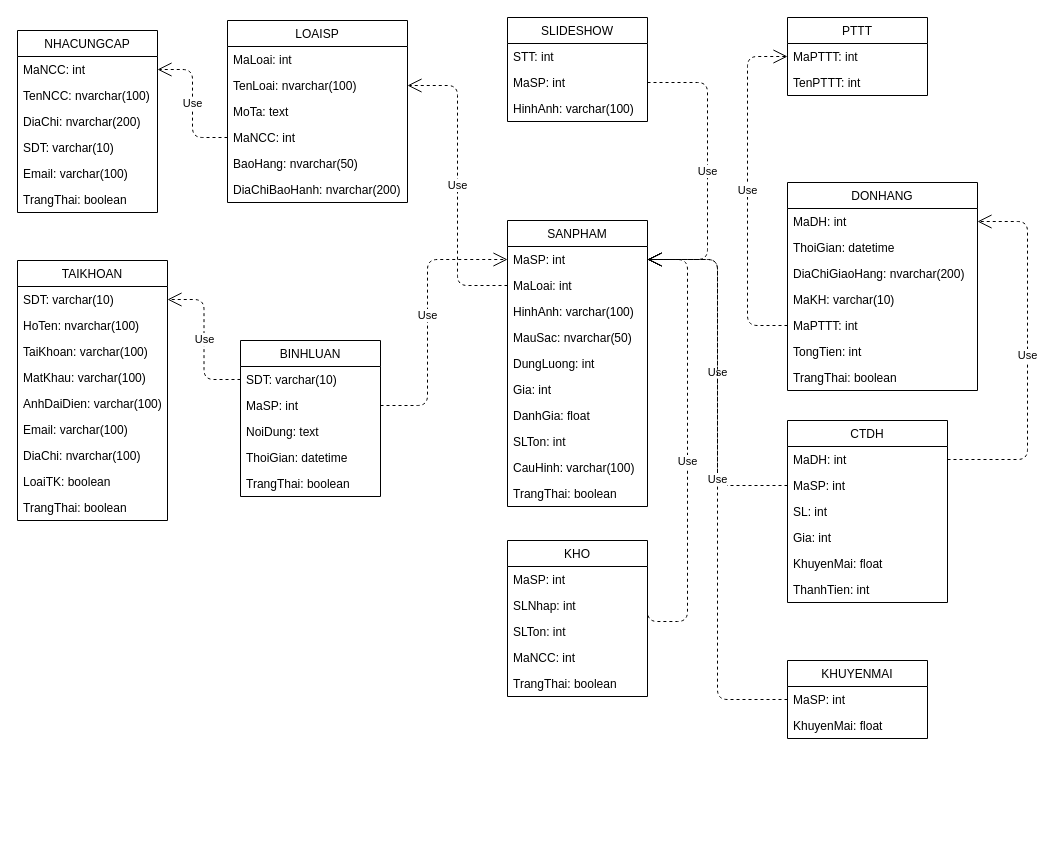
Before: Mô hình/ClassDiagram.drawio in LammVuu/DATT, a draw.io diagram. Source tidied: cells renumbered, new cells numbered last; positions are measured from the earlier drawing's top-left corner, leaving out a move shared by most shapes. Both pictures are drawn from the tidied source at 100%, with x=0, y=0 at pixel (17, 17).
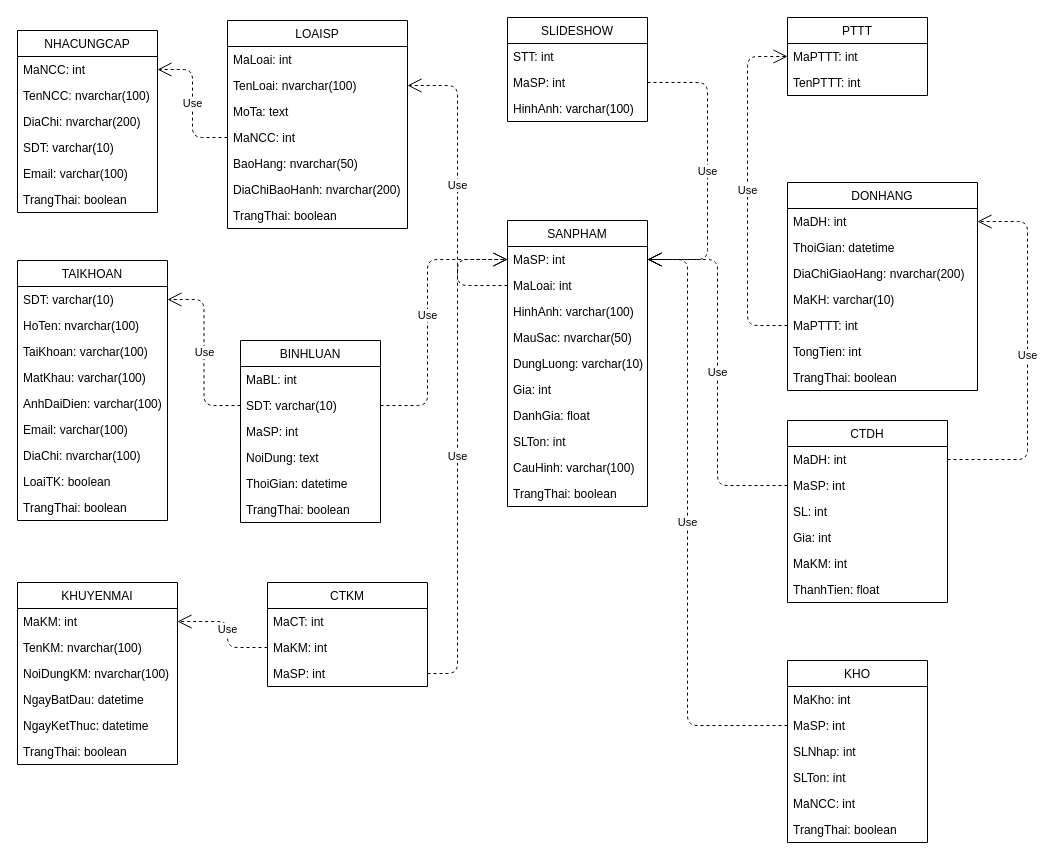
The same diagram, later.

Commit message (it also covers changes not shown here):
update Database, ClassDiagram

Unchanged cells that the change refers to:
```xml
<mxCell id="16" value="SANPHAM" style="swimlane;fontStyle=0;horizontal=1;startSize=26;fillColor=none;" parent="1" vertex="1">
  <mxGeometry x="490" y="203" width="140" height="286" as="geometry" />
</mxCell>
<mxCell id="17" value="MaSP: int" style="text;strokeColor=none;fillColor=none;align=left;verticalAlign=top;spacingLeft=4;spacingRight=4;overflow=hidden;points=[[0,0.5],[1,0.5]];portConstraint=eastwest;" parent="16" vertex="1">
  <mxGeometry y="26" width="140" height="26" as="geometry" />
</mxCell>
<mxCell id="41" value="CTDH" style="swimlane;fontStyle=0;horizontal=1;startSize=26;fillColor=none;" parent="1" vertex="1">
  <mxGeometry x="770" y="403" width="160" height="182" as="geometry" />
</mxCell>
```

The edit, as a diff of the source:
```diff
@@
     <mxCell id="9" value="LOAISP" style="swimlane;fontStyle=0;horizontal=1;startSize=26;fillColor=none;" parent="1" vertex="1">
-      <mxGeometry x="210" y="3" width="180" height="182" as="geometry" />
+      <mxGeometry x="210" y="3" width="180" height="208" as="geometry" />
     </mxCell>
@@
+    <mxCell id="84" value="TrangThai: boolean" style="text;strokeColor=none;fillColor=none;align=left;verticalAlign=top;spacingLeft=4;spacingRight=4;overflow=hidden;" parent="9" vertex="1">
+      <mxGeometry y="182" width="180" height="26" as="geometry" />
+    </mxCell>
@@
-    <mxCell id="21" value="DungLuong: int" style="text;strokeColor=none;fillColor=none;align=left;verticalAlign=top;spacingLeft=4;spacingRight=4;overflow=hidden;" parent="16" vertex="1">
+    <mxCell id="21" value="DungLuong: varchar(10)" style="text;strokeColor=none;fillColor=none;align=left;verticalAlign=top;spacingLeft=4;spacingRight=4;overflow=hidden;" parent="16" vertex="1">
       <mxGeometry y="130" width="140" height="26" as="geometry" />
     </mxCell>
@@
     <mxCell id="27" value="KHUYENMAI" style="swimlane;fontStyle=0;horizontal=1;startSize=26;fillColor=none;" parent="1" vertex="1">
-      <mxGeometry x="770" y="643" width="140" height="78" as="geometry" />
+      <mxGeometry y="565" width="160" height="182" as="geometry" />
     </mxCell>
+    <mxCell id="85" value="MaKM: int" style="text;strokeColor=none;fillColor=none;align=left;verticalAlign=top;spacingLeft=4;spacingRight=4;overflow=hidden;points=[[0,0.5],[1,0.5]];portConstraint=eastwest;" parent="27" vertex="1">
+      <mxGeometry y="26" width="160" height="26" as="geometry" />
+    </mxCell>
-    <mxCell id="28" value="MaSP: int" style="text;strokeColor=none;fillColor=none;align=left;verticalAlign=top;spacingLeft=4;spacingRight=4;overflow=hidden;points=[[0,0.5],[1,0.5]];portConstraint=eastwest;" parent="27" vertex="1">
-      <mxGeometry y="26" width="140" height="26" as="geometry" />
+    <mxCell id="28" value="TenKM: nvarchar(100)" style="text;strokeColor=none;fillColor=none;align=left;verticalAlign=top;spacingLeft=4;spacingRight=4;overflow=hidden;points=[[0,0.5],[1,0.5]];portConstraint=eastwest;" parent="27" vertex="1">
+      <mxGeometry y="52" width="160" height="26" as="geometry" />
     </mxCell>
-    <mxCell id="29" value="KhuyenMai: float" style="text;strokeColor=none;fillColor=none;align=left;verticalAlign=top;spacingLeft=4;spacingRight=4;overflow=hidden;" parent="27" vertex="1">
-      <mxGeometry y="52" width="140" height="26" as="geometry" />
+    <mxCell id="29" value="NoiDungKM: nvarchar(100)" style="text;strokeColor=none;fillColor=none;align=left;verticalAlign=top;spacingLeft=4;spacingRight=4;overflow=hidden;" parent="27" vertex="1">
+      <mxGeometry y="78" width="160" height="26" as="geometry" />
     </mxCell>
+    <mxCell id="86" value="NgayBatDau: datetime" style="text;strokeColor=none;fillColor=none;align=left;verticalAlign=top;spacingLeft=4;spacingRight=4;overflow=hidden;" parent="27" vertex="1">
+      <mxGeometry y="104" width="160" height="26" as="geometry" />
+    </mxCell>
+    <mxCell id="87" value="NgayKetThuc: datetime" style="text;strokeColor=none;fillColor=none;align=left;verticalAlign=top;spacingLeft=4;spacingRight=4;overflow=hidden;" parent="27" vertex="1">
+      <mxGeometry y="130" width="160" height="26" as="geometry" />
+    </mxCell>
+    <mxCell id="88" value="TrangThai: boolean" style="text;strokeColor=none;fillColor=none;align=left;verticalAlign=top;spacingLeft=4;spacingRight=4;overflow=hidden;" parent="27" vertex="1">
+      <mxGeometry y="156" width="160" height="26" as="geometry" />
+    </mxCell>
@@
-    <mxCell id="46" value="KhuyenMai: float" style="text;strokeColor=none;fillColor=none;align=left;verticalAlign=top;spacingLeft=4;spacingRight=4;overflow=hidden;" parent="41" vertex="1">
+    <mxCell id="46" value="MaKM: int" style="text;strokeColor=none;fillColor=none;align=left;verticalAlign=top;spacingLeft=4;spacingRight=4;overflow=hidden;" parent="41" vertex="1">
       <mxGeometry y="130" width="160" height="26" as="geometry" />
     </mxCell>
-    <mxCell id="47" value="ThanhTien: int" style="text;strokeColor=none;fillColor=none;align=left;verticalAlign=top;spacingLeft=4;spacingRight=4;overflow=hidden;" parent="41" vertex="1">
+    <mxCell id="47" value="ThanhTien: float" style="text;strokeColor=none;fillColor=none;align=left;verticalAlign=top;spacingLeft=4;spacingRight=4;overflow=hidden;" parent="41" vertex="1">
       <mxGeometry y="156" width="160" height="26" as="geometry" />
     </mxCell>
@@
     <mxCell id="58" value="BINHLUAN" style="swimlane;fontStyle=0;horizontal=1;startSize=26;fillColor=none;" parent="1" vertex="1">
-      <mxGeometry x="223" y="323" width="140" height="156" as="geometry" />
+      <mxGeometry x="223" y="323" width="140" height="182" as="geometry" />
     </mxCell>
+    <mxCell id="89" value="MaBL: int" style="text;strokeColor=none;fillColor=none;align=left;verticalAlign=top;spacingLeft=4;spacingRight=4;overflow=hidden;" parent="58" vertex="1">
+      <mxGeometry y="26" width="140" height="26" as="geometry" />
+    </mxCell>
     <mxCell id="59" value="SDT: varchar(10)" style="text;strokeColor=none;fillColor=none;align=left;verticalAlign=top;spacingLeft=4;spacingRight=4;overflow=hidden;points=[[0,0.5],[1,0.5]];portConstraint=eastwest;" parent="58" vertex="1">
-      <mxGeometry y="26" width="140" height="26" as="geometry" />
+      <mxGeometry y="52" width="140" height="26" as="geometry" />
     </mxCell>
     <mxCell id="60" value="MaSP: int" style="text;strokeColor=none;fillColor=none;align=left;verticalAlign=top;spacingLeft=4;spacingRight=4;overflow=hidden;points=[[0,0.5],[1,0.5]];portConstraint=eastwest;" parent="58" vertex="1">
-      <mxGeometry y="52" width="140" height="26" as="geometry" />
+      <mxGeometry y="78" width="140" height="26" as="geometry" />
     </mxCell>
     <mxCell id="61" value="NoiDung: text" style="text;strokeColor=none;fillColor=none;align=left;verticalAlign=top;spacingLeft=4;spacingRight=4;overflow=hidden;" parent="58" vertex="1">
-      <mxGeometry y="78" width="140" height="26" as="geometry" />
+      <mxGeometry y="104" width="140" height="26" as="geometry" />
     </mxCell>
     <mxCell id="62" value="ThoiGian: datetime" style="text;strokeColor=none;fillColor=none;align=left;verticalAlign=top;spacingLeft=4;spacingRight=4;overflow=hidden;" parent="58" vertex="1">
-      <mxGeometry y="104" width="140" height="26" as="geometry" />
+      <mxGeometry y="130" width="140" height="26" as="geometry" />
     </mxCell>
     <mxCell id="63" value="TrangThai: boolean" style="text;strokeColor=none;fillColor=none;align=left;verticalAlign=top;spacingLeft=4;spacingRight=4;overflow=hidden;" parent="58" vertex="1">
-      <mxGeometry y="130" width="140" height="26" as="geometry" />
+      <mxGeometry y="156" width="140" height="26" as="geometry" />
     </mxCell>
     <mxCell id="64" value="KHO" style="swimlane;fontStyle=0;horizontal=1;startSize=26;fillColor=none;" parent="1" vertex="1">
-      <mxGeometry x="490" y="523" width="140" height="156" as="geometry" />
+      <mxGeometry x="770" y="643" width="140" height="182" as="geometry" />
     </mxCell>
+    <mxCell id="90" value="MaKho: int" style="text;strokeColor=none;fillColor=none;align=left;verticalAlign=top;spacingLeft=4;spacingRight=4;overflow=hidden;" parent="64" vertex="1">
+      <mxGeometry y="26" width="140" height="26" as="geometry" />
+    </mxCell>
     <mxCell id="65" value="MaSP: int" style="text;strokeColor=none;fillColor=none;align=left;verticalAlign=top;spacingLeft=4;spacingRight=4;overflow=hidden;points=[[0,0.5],[1,0.5]];portConstraint=eastwest;" parent="64" vertex="1">
-      <mxGeometry y="26" width="140" height="26" as="geometry" />
+      <mxGeometry y="52" width="140" height="26" as="geometry" />
     </mxCell>
     <mxCell id="66" value="SLNhap: int" style="text;strokeColor=none;fillColor=none;align=left;verticalAlign=top;spacingLeft=4;spacingRight=4;overflow=hidden;" parent="64" vertex="1">
-      <mxGeometry y="52" width="140" height="26" as="geometry" />
+      <mxGeometry y="78" width="140" height="26" as="geometry" />
     </mxCell>
     <mxCell id="67" value="SLTon: int" style="text;strokeColor=none;fillColor=none;align=left;verticalAlign=top;spacingLeft=4;spacingRight=4;overflow=hidden;" parent="64" vertex="1">
-      <mxGeometry y="78" width="140" height="26" as="geometry" />
+      <mxGeometry y="104" width="140" height="26" as="geometry" />
     </mxCell>
     <mxCell id="68" value="MaNCC: int" style="text;strokeColor=none;fillColor=none;align=left;verticalAlign=top;spacingLeft=4;spacingRight=4;overflow=hidden;" parent="64" vertex="1">
-      <mxGeometry y="104" width="140" height="26" as="geometry" />
+      <mxGeometry y="130" width="140" height="26" as="geometry" />
     </mxCell>
     <mxCell id="69" value="TrangThai: boolean" style="text;strokeColor=none;fillColor=none;align=left;verticalAlign=top;spacingLeft=4;spacingRight=4;overflow=hidden;" parent="64" vertex="1">
-      <mxGeometry y="130" width="140" height="26" as="geometry" />
+      <mxGeometry y="156" width="140" height="26" as="geometry" />
     </mxCell>
@@
-    <mxCell id="80" value="Use" style="endArrow=open;endSize=12;dashed=1;html=1;entryX=1;entryY=0.5;entryDx=0;entryDy=0;exitX=1;exitY=0.5;exitDx=0;exitDy=0;edgeStyle=orthogonalEdgeStyle;" parent="1" edge="1" source="65" target="17">
+    <mxCell id="80" value="Use" style="endArrow=open;endSize=12;dashed=1;html=1;entryX=1;entryY=0.5;entryDx=0;entryDy=0;exitX=0;exitY=0.5;exitDx=0;exitDy=0;edgeStyle=orthogonalEdgeStyle;" parent="1" edge="1" source="65" target="17">
       <mxGeometry relative="1" as="geometry">
         <Array as="points">
-          <mxPoint x="670" y="604" />
+          <mxPoint x="670" y="708" />
           <mxPoint x="670" y="242" />
         </Array>
       </mxGeometry>
     </mxCell>
-    <mxCell id="81" value="Use" style="endArrow=open;endSize=12;dashed=1;html=1;entryX=1;entryY=0.5;entryDx=0;entryDy=0;exitX=0;exitY=0.5;exitDx=0;exitDy=0;edgeStyle=orthogonalEdgeStyle;" parent="1" edge="1" source="28" target="17">
-      <mxGeometry relative="1" as="geometry" />
-    </mxCell>
@@
-    <mxCell id="83" value="Use" style="endArrow=open;endSize=12;dashed=1;html=1;entryX=0;entryY=0.5;entryDx=0;entryDy=0;exitX=1;exitY=0.5;exitDx=0;exitDy=0;edgeStyle=orthogonalEdgeStyle;" parent="1" edge="1" source="60" target="17">
+    <mxCell id="83" value="Use" style="endArrow=open;endSize=12;dashed=1;html=1;entryX=0;entryY=0.5;entryDx=0;entryDy=0;exitX=1;exitY=0.5;exitDx=0;exitDy=0;edgeStyle=orthogonalEdgeStyle;" parent="1" edge="1" source="59" target="17">
       <mxGeometry relative="1" as="geometry">
         <Array as="points">
           <mxPoint x="410" y="388" />
           <mxPoint x="410" y="242" />
         </Array>
       </mxGeometry>
     </mxCell>
+    <mxCell id="91" value="CTKM" style="swimlane;fontStyle=0;horizontal=1;startSize=26;fillColor=none;" parent="1" vertex="1">
+      <mxGeometry x="250" y="565" width="160" height="104" as="geometry" />
+    </mxCell>
+    <mxCell id="92" value="MaCT: int" style="text;strokeColor=none;fillColor=none;align=left;verticalAlign=top;spacingLeft=4;spacingRight=4;overflow=hidden;" parent="91" vertex="1">
+      <mxGeometry y="26" width="160" height="26" as="geometry" />
+    </mxCell>
+    <mxCell id="93" value="MaKM: int" style="text;strokeColor=none;fillColor=none;align=left;verticalAlign=top;spacingLeft=4;spacingRight=4;overflow=hidden;points=[[0,0.5],[1,0.5]];portConstraint=eastwest;" parent="91" vertex="1">
+      <mxGeometry y="52" width="160" height="26" as="geometry" />
+    </mxCell>
+    <mxCell id="94" value="MaSP: int" style="text;strokeColor=none;fillColor=none;align=left;verticalAlign=top;spacingLeft=4;spacingRight=4;overflow=hidden;points=[[0,0.5],[1,0.5]];portConstraint=eastwest;" parent="91" vertex="1">
+      <mxGeometry y="78" width="160" height="26" as="geometry" />
+    </mxCell>
+    <mxCell id="95" value="Use" style="endArrow=open;endSize=12;dashed=1;html=1;entryX=0;entryY=0.5;entryDx=0;entryDy=0;exitX=1;exitY=0.5;exitDx=0;exitDy=0;edgeStyle=orthogonalEdgeStyle;" parent="1" edge="1" source="94" target="17">
+      <mxGeometry relative="1" as="geometry">
+        <Array as="points">
+          <mxPoint x="440" y="656" />
+          <mxPoint x="440" y="242" />
+        </Array>
+      </mxGeometry>
+    </mxCell>
+    <mxCell id="81" value="Use" style="endArrow=open;endSize=12;dashed=1;html=1;entryX=1;entryY=0.5;entryDx=0;entryDy=0;exitX=0;exitY=0.5;exitDx=0;exitDy=0;edgeStyle=orthogonalEdgeStyle;" parent="1" edge="1" source="93" target="85">
+      <mxGeometry relative="1" as="geometry">
+        <Array as="points">
+          <mxPoint x="210" y="630" />
+          <mxPoint x="210" y="604" />
+        </Array>
+      </mxGeometry>
+    </mxCell>
```
